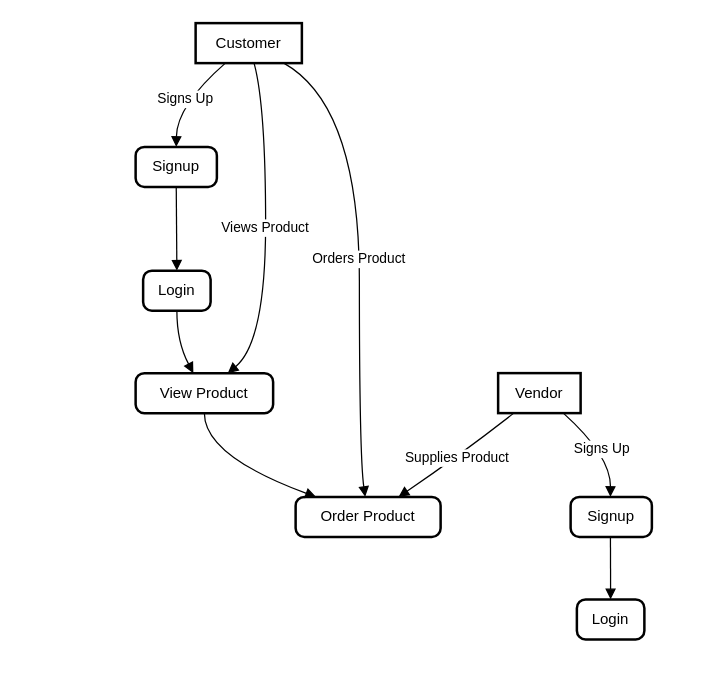
brianmwirigi/vegi_connect keeps this draw.io diagram as lib/contextmodel.drawio. Above is the earlier version. Source tidied: cells renumbered, new cells numbered last; positions are measured from the earlier drawing's top-left corner, leaving out a move shared by most shapes. Both pictures are drawn from the tidied source at 125%, with x=0, y=0 at pixel (135, 22).
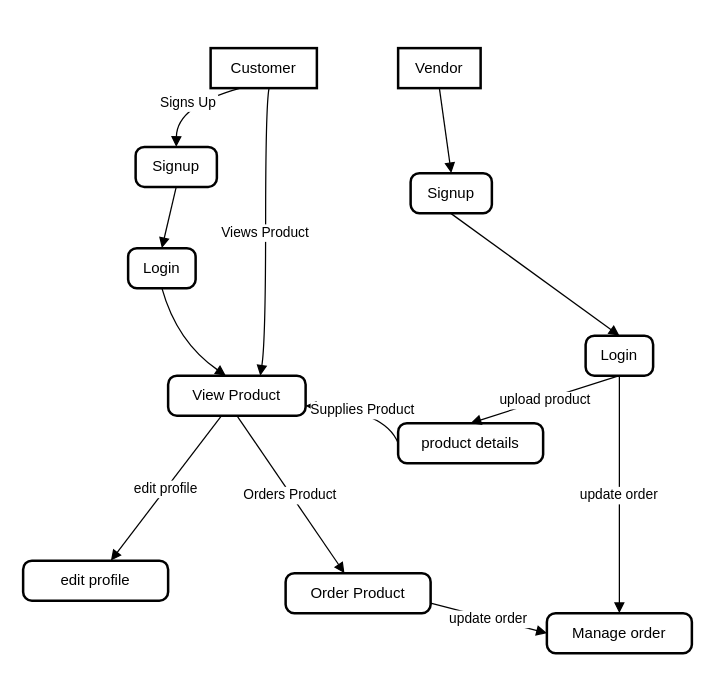
Above is the later version.

Diff of the diagram source:
```diff
@@
     <mxCell id="2" value="Customer" style="whiteSpace=wrap;strokeWidth=2;" parent="1" vertex="1">
-      <mxGeometry x="48" width="85" height="32" as="geometry" />
+      <mxGeometry x="60" y="20" width="85" height="32" as="geometry" />
     </mxCell>
@@
     <mxCell id="4" value="Login" style="rounded=1;absoluteArcSize=1;arcSize=14;whiteSpace=wrap;strokeWidth=2;" parent="1" vertex="1">
-      <mxGeometry x="6" y="198" width="54" height="32" as="geometry" />
+      <mxGeometry x="-6" y="180" width="54" height="32" as="geometry" />
     </mxCell>
     <mxCell id="5" value="View Product" style="rounded=1;absoluteArcSize=1;arcSize=14;whiteSpace=wrap;strokeWidth=2;" parent="1" vertex="1">
-      <mxGeometry y="280" width="110" height="32" as="geometry" />
+      <mxGeometry x="26" y="282" width="110" height="32" as="geometry" />
     </mxCell>
     <mxCell id="6" value="Order Product" style="rounded=1;absoluteArcSize=1;arcSize=14;whiteSpace=wrap;strokeWidth=2;" parent="1" vertex="1">
-      <mxGeometry x="128" y="379" width="116" height="32" as="geometry" />
+      <mxGeometry x="120" y="440" width="116" height="32" as="geometry" />
     </mxCell>
     <mxCell id="7" value="Vendor" style="whiteSpace=wrap;strokeWidth=2;" parent="1" vertex="1">
-      <mxGeometry x="290" y="280" width="66" height="32" as="geometry" />
+      <mxGeometry x="210" y="20" width="66" height="32" as="geometry" />
     </mxCell>
     <mxCell id="8" value="Signup" style="rounded=1;absoluteArcSize=1;arcSize=14;whiteSpace=wrap;strokeWidth=2;" parent="1" vertex="1">
-      <mxGeometry x="348" y="379" width="65" height="32" as="geometry" />
+      <mxGeometry x="220" y="120" width="65" height="32" as="geometry" />
     </mxCell>
     <mxCell id="9" value="Login" style="rounded=1;absoluteArcSize=1;arcSize=14;whiteSpace=wrap;strokeWidth=2;" parent="1" vertex="1">
-      <mxGeometry x="353" y="461" width="54" height="32" as="geometry" />
+      <mxGeometry x="360" y="250" width="54" height="32" as="geometry" />
     </mxCell>
@@
-    <mxCell id="13" style="curved=1;startArrow=none;endArrow=block;exitX=0.5;exitY=1;entryX=0.14;entryY=0;" parent="1" edge="1" source="5" target="6">
-      <mxGeometry relative="1" as="geometry">
-        <Array as="points">
-          <mxPoint x="55" y="346" />
-        </Array>
-      </mxGeometry>
-    </mxCell>
@@
+    <mxCell id="17" style="curved=1;startArrow=none;endArrow=block;exitX=0.49;exitY=1;entryX=0.5;entryY=0;" parent="1" edge="1" source="8" target="9">
+      <mxGeometry relative="1" as="geometry" />
+    </mxCell>
-    <mxCell id="15" value="Orders Product" style="curved=1;startArrow=none;endArrow=block;exitX=0.83;exitY=1;entryX=0.48;entryY=0;" parent="1" edge="1" source="2" target="6">
-      <mxGeometry relative="1" as="geometry">
-        <Array as="points">
-          <mxPoint x="179" y="66" />
-          <mxPoint x="179" y="346" />
-        </Array>
-      </mxGeometry>
+    <mxCell id="15" value="Orders Product" style="curved=1;startArrow=none;endArrow=block;exitX=0.5;exitY=1;exitDx=0;exitDy=0;" parent="1" edge="1" source="5" target="6">
+      <mxGeometry relative="1" as="geometry" />
     </mxCell>
+    <mxCell id="19" value="edit profile" style="rounded=1;absoluteArcSize=1;arcSize=14;whiteSpace=wrap;strokeWidth=2;" parent="1" vertex="1">
+      <mxGeometry x="-90" y="430" width="116" height="32" as="geometry" />
+    </mxCell>
+    <mxCell id="20" value="edit profile" style="curved=1;startArrow=none;endArrow=block;" parent="1" edge="1" source="5" target="19">
+      <mxGeometry relative="1" as="geometry" />
+    </mxCell>
+    <mxCell id="21" value="product details" style="rounded=1;absoluteArcSize=1;arcSize=14;whiteSpace=wrap;strokeWidth=2;" parent="1" vertex="1">
+      <mxGeometry x="210" y="320" width="116" height="32" as="geometry" />
+    </mxCell>
-    <mxCell id="16" value="Signs Up" style="curved=1;startArrow=none;endArrow=block;exitX=0.79;exitY=1;entryX=0.49;entryY=0;" parent="1" edge="1" source="7" target="8">
-      <mxGeometry relative="1" as="geometry">
-        <Array as="points">
-          <mxPoint x="380" y="346" />
-        </Array>
-      </mxGeometry>
+    <mxCell id="16" style="curved=1;startArrow=none;endArrow=block;exitX=0.5;exitY=1;entryX=0.5;entryY=0;entryDx=0;entryDy=0;exitDx=0;exitDy=0;" parent="1" edge="1" source="7" target="8">
+      <mxGeometry relative="1" as="geometry" />
     </mxCell>
-    <mxCell id="17" style="curved=1;startArrow=none;endArrow=block;exitX=0.49;exitY=1;entryX=0.5;entryY=0;" parent="1" edge="1" source="8" target="9">
-      <mxGeometry relative="1" as="geometry" />
-    </mxCell>
-    <mxCell id="18" value="Supplies Product" style="curved=1;startArrow=none;endArrow=block;exitX=0.19;exitY=1;entryX=0.71;entryY=0;" parent="1" edge="1" source="7" target="6">
+    <mxCell id="18" value="Supplies Product" style="curved=1;startArrow=none;endArrow=block;exitX=0;exitY=0.5;entryX=1;entryY=0.75;entryDx=0;entryDy=0;exitDx=0;exitDy=0;" parent="1" edge="1" source="21" target="5">
       <mxGeometry relative="1" as="geometry">
         <Array as="points">
-          <mxPoint x="259" y="346" />
+          <mxPoint x="200" y="310" />
         </Array>
       </mxGeometry>
     </mxCell>
+    <mxCell id="22" value="upload product" style="curved=1;startArrow=none;endArrow=block;exitX=0.5;exitY=1;exitDx=0;exitDy=0;entryX=0.5;entryY=0;entryDx=0;entryDy=0;" parent="1" edge="1" source="9" target="21">
+      <mxGeometry relative="1" as="geometry" />
+    </mxCell>
+    <mxCell id="23" value="Manage order" style="rounded=1;absoluteArcSize=1;arcSize=14;whiteSpace=wrap;strokeWidth=2;" parent="1" vertex="1">
+      <mxGeometry x="329" y="472" width="116" height="32" as="geometry" />
+    </mxCell>
+    <mxCell id="24" value="update order" style="curved=1;startArrow=none;endArrow=block;exitX=0.5;exitY=1;exitDx=0;exitDy=0;" parent="1" edge="1" source="9" target="23">
+      <mxGeometry relative="1" as="geometry" />
+    </mxCell>
+    <mxCell id="25" value="update order" style="curved=1;startArrow=none;endArrow=block;exitX=1;exitY=0.75;exitDx=0;exitDy=0;entryX=0;entryY=0.5;entryDx=0;entryDy=0;" parent="1" edge="1" source="6" target="23">
+      <mxGeometry relative="1" as="geometry" />
+    </mxCell>
```
